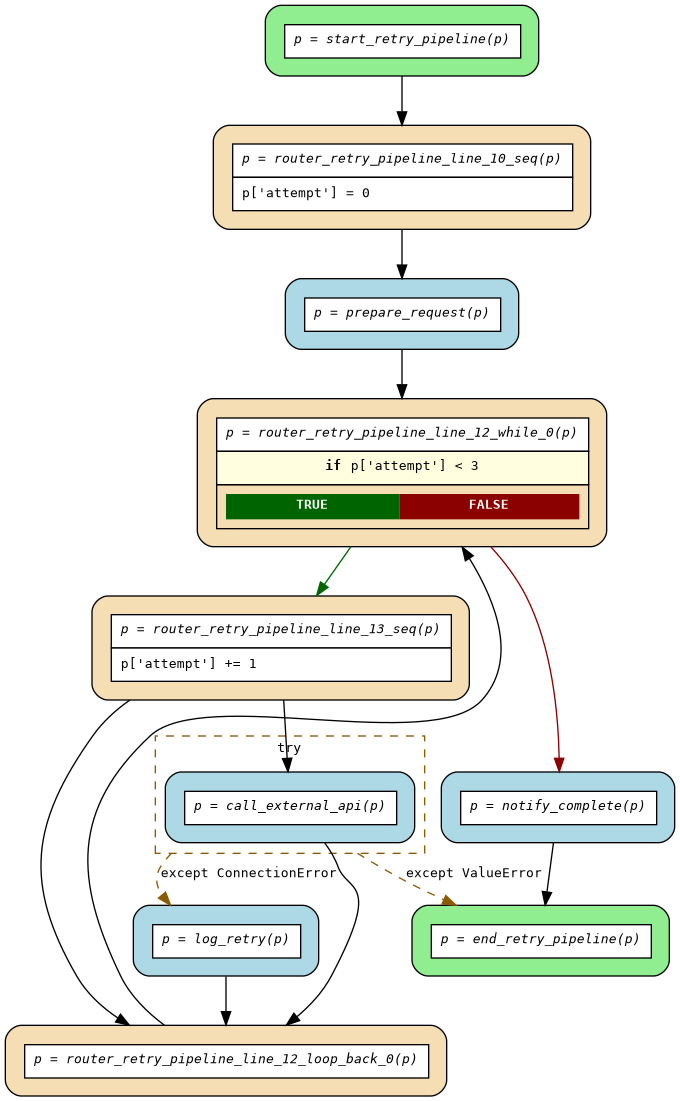
This is examples/flows/compiled/try_except_retry_loop/flow.png from deliveryhero/asya, a Graphviz export, as it was before one commit. Its source is kept beside it as examples/flows/compiled/try_except_retry_loop/flow.dot. Source of this version:
```dot
digraph flow {
  rankdir=TB;
  compound=true;
  graph [fontname="Courier", fontsize=10];
  node [fontname="Courier", fontsize=10, shape=box, style="filled,rounded", margin="0.2"];
  edge [fontname="Courier", fontsize=10];

  start_retry_pipeline [fillcolor="lightgreen", label=<<table border="0" cellspacing="0" cellpadding="6" cellborder="1"><tr><td bgcolor="white" align="center"><i>p = start_retry_pipeline(p)</i></td></tr></table>>];
  router_retry_pipeline_line_13_seq [fillcolor="wheat", label=<<table border="0" cellspacing="0" cellpadding="6" cellborder="1"><tr><td bgcolor="white" align="center"><i>p = router_retry_pipeline_line_13_seq(p)</i></td></tr><tr><td bgcolor="white" align="left">p['attempt'] += 1</td></tr></table>>];
  router_retry_pipeline_line_12_loop_back_0 [fillcolor="wheat", label=<<table border="0" cellspacing="0" cellpadding="6" cellborder="1"><tr><td bgcolor="white" align="center"><i>p = router_retry_pipeline_line_12_loop_back_0(p)</i></td></tr></table>>];
  router_retry_pipeline_line_12_while_0 [fillcolor="wheat", label=<<table border="0" cellspacing="0" cellpadding="6" cellborder="1"><tr><td bgcolor="white" align="center"><i>p = router_retry_pipeline_line_12_while_0(p)</i></td></tr><tr><td bgcolor="lightyellow"><b>if</b> p['attempt'] &lt; 3</td></tr><tr><td><table border="0" cellspacing="0" cellpadding="4"><tr><td bgcolor="darkgreen"><font color="white"><b>TRUE</b></font></td><td bgcolor="darkred"><font color="white"><b>FALSE</b></font></td></tr></table></td></tr></table>>];
  router_retry_pipeline_line_10_seq [fillcolor="wheat", label=<<table border="0" cellspacing="0" cellpadding="6" cellborder="1"><tr><td bgcolor="white" align="center"><i>p = router_retry_pipeline_line_10_seq(p)</i></td></tr><tr><td bgcolor="white" align="left">p['attempt'] = 0</td></tr></table>>];
  end_retry_pipeline [fillcolor="lightgreen", label=<<table border="0" cellspacing="0" cellpadding="6" cellborder="1"><tr><td bgcolor="white" align="center"><i>p = end_retry_pipeline(p)</i></td></tr></table>>];
  log_retry [fillcolor="lightblue", label=<<table border="0" cellspacing="0" cellpadding="6" cellborder="1"><tr><td bgcolor="white" align="center"><i>p = log_retry(p)</i></td></tr></table>>];
  notify_complete [fillcolor="lightblue", label=<<table border="0" cellspacing="0" cellpadding="6" cellborder="1"><tr><td bgcolor="white" align="center"><i>p = notify_complete(p)</i></td></tr></table>>];
  prepare_request [fillcolor="lightblue", label=<<table border="0" cellspacing="0" cellpadding="6" cellborder="1"><tr><td bgcolor="white" align="center"><i>p = prepare_request(p)</i></td></tr></table>>];
  subgraph cluster_try_0 {
    style=dashed;
    color="orange4";
    fontname="Courier";
    fontsize=10;
    label="try";
    call_external_api [fillcolor="lightblue", label=<<table border="0" cellspacing="0" cellpadding="6" cellborder="1"><tr><td bgcolor="white" align="center"><i>p = call_external_api(p)</i></td></tr></table>>];
  }

  call_external_api -> end_retry_pipeline [ltail=cluster_try_0, color=orange4, style=dashed, label="except ValueError"];
  call_external_api -> log_retry [ltail=cluster_try_0, color=orange4, style=dashed, label="except ConnectionError"];
  call_external_api -> router_retry_pipeline_line_12_loop_back_0;
  log_retry -> router_retry_pipeline_line_12_loop_back_0;
  notify_complete -> end_retry_pipeline;
  prepare_request -> router_retry_pipeline_line_12_while_0;
  router_retry_pipeline_line_10_seq -> prepare_request;
  router_retry_pipeline_line_12_loop_back_0 -> router_retry_pipeline_line_12_while_0 [constraint=false];
  router_retry_pipeline_line_12_while_0 -> notify_complete [color=darkred];
  router_retry_pipeline_line_12_while_0 -> router_retry_pipeline_line_13_seq [color=darkgreen];
  router_retry_pipeline_line_13_seq -> call_external_api;
  router_retry_pipeline_line_13_seq -> router_retry_pipeline_line_12_loop_back_0;
  start_retry_pipeline -> router_retry_pipeline_line_10_seq;
}
```
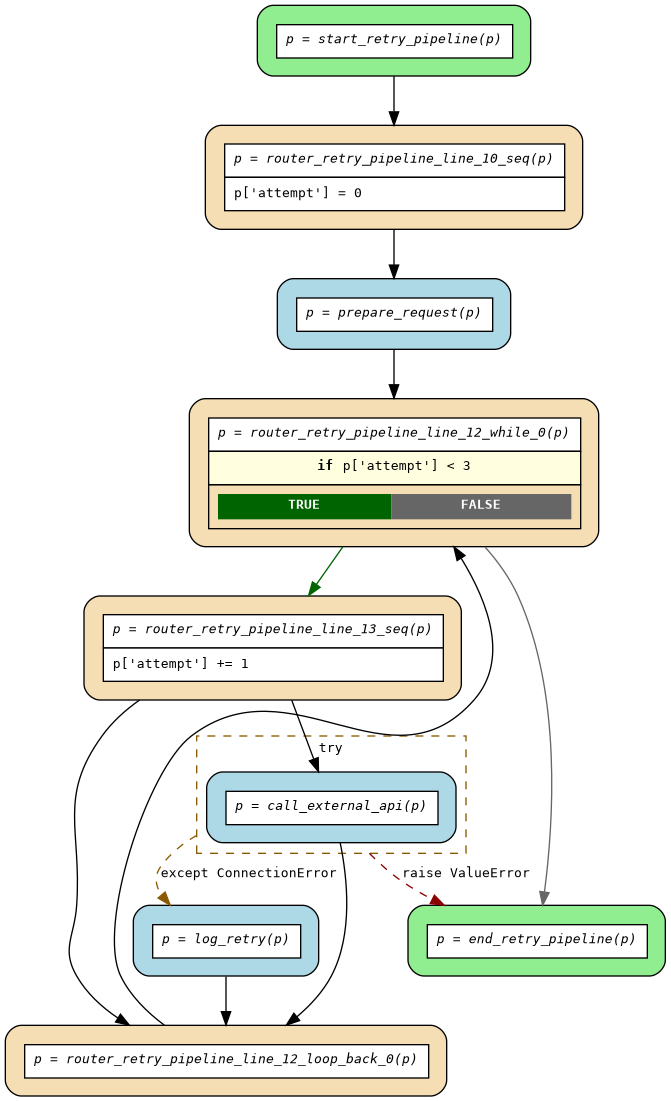
After the change.

Diff of the diagram source:
```diff
@@ -8,11 +8,10 @@
   start_retry_pipeline [fillcolor="lightgreen", label=<<table border="0" cellspacing="0" cellpadding="6" cellborder="1"><tr><td bgcolor="white" align="center"><i>p = start_retry_pipeline(p)</i></td></tr></table>>];
   router_retry_pipeline_line_13_seq [fillcolor="wheat", label=<<table border="0" cellspacing="0" cellpadding="6" cellborder="1"><tr><td bgcolor="white" align="center"><i>p = router_retry_pipeline_line_13_seq(p)</i></td></tr><tr><td bgcolor="white" align="left">p['attempt'] += 1</td></tr></table>>];
   router_retry_pipeline_line_12_loop_back_0 [fillcolor="wheat", label=<<table border="0" cellspacing="0" cellpadding="6" cellborder="1"><tr><td bgcolor="white" align="center"><i>p = router_retry_pipeline_line_12_loop_back_0(p)</i></td></tr></table>>];
-  router_retry_pipeline_line_12_while_0 [fillcolor="wheat", label=<<table border="0" cellspacing="0" cellpadding="6" cellborder="1"><tr><td bgcolor="white" align="center"><i>p = router_retry_pipeline_line_12_while_0(p)</i></td></tr><tr><td bgcolor="lightyellow"><b>if</b> p['attempt'] &lt; 3</td></tr><tr><td><table border="0" cellspacing="0" cellpadding="4"><tr><td bgcolor="darkgreen"><font color="white"><b>TRUE</b></font></td><td bgcolor="darkred"><font color="white"><b>FALSE</b></font></td></tr></table></td></tr></table>>];
+  router_retry_pipeline_line_12_while_0 [fillcolor="wheat", label=<<table border="0" cellspacing="0" cellpadding="6" cellborder="1"><tr><td bgcolor="white" align="center"><i>p = router_retry_pipeline_line_12_while_0(p)</i></td></tr><tr><td bgcolor="lightyellow"><b>if</b> p['attempt'] &lt; 3</td></tr><tr><td><table border="0" cellspacing="0" cellpadding="4"><tr><td bgcolor="darkgreen"><font color="white"><b>TRUE</b></font></td><td bgcolor="gray40"><font color="white"><b>FALSE</b></font></td></tr></table></td></tr></table>>];
   router_retry_pipeline_line_10_seq [fillcolor="wheat", label=<<table border="0" cellspacing="0" cellpadding="6" cellborder="1"><tr><td bgcolor="white" align="center"><i>p = router_retry_pipeline_line_10_seq(p)</i></td></tr><tr><td bgcolor="white" align="left">p['attempt'] = 0</td></tr></table>>];
   end_retry_pipeline [fillcolor="lightgreen", label=<<table border="0" cellspacing="0" cellpadding="6" cellborder="1"><tr><td bgcolor="white" align="center"><i>p = end_retry_pipeline(p)</i></td></tr></table>>];
   log_retry [fillcolor="lightblue", label=<<table border="0" cellspacing="0" cellpadding="6" cellborder="1"><tr><td bgcolor="white" align="center"><i>p = log_retry(p)</i></td></tr></table>>];
-  notify_complete [fillcolor="lightblue", label=<<table border="0" cellspacing="0" cellpadding="6" cellborder="1"><tr><td bgcolor="white" align="center"><i>p = notify_complete(p)</i></td></tr></table>>];
   prepare_request [fillcolor="lightblue", label=<<table border="0" cellspacing="0" cellpadding="6" cellborder="1"><tr><td bgcolor="white" align="center"><i>p = prepare_request(p)</i></td></tr></table>>];
   subgraph cluster_try_0 {
     style=dashed;
@@ -23,15 +22,14 @@
     call_external_api [fillcolor="lightblue", label=<<table border="0" cellspacing="0" cellpadding="6" cellborder="1"><tr><td bgcolor="white" align="center"><i>p = call_external_api(p)</i></td></tr></table>>];
   }
 
-  call_external_api -> end_retry_pipeline [ltail=cluster_try_0, color=orange4, style=dashed, label="except ValueError"];
+  call_external_api -> end_retry_pipeline [ltail=cluster_try_0, color=darkred, style=dashed, label="raise ValueError"];
   call_external_api -> log_retry [ltail=cluster_try_0, color=orange4, style=dashed, label="except ConnectionError"];
   call_external_api -> router_retry_pipeline_line_12_loop_back_0;
   log_retry -> router_retry_pipeline_line_12_loop_back_0;
-  notify_complete -> end_retry_pipeline;
   prepare_request -> router_retry_pipeline_line_12_while_0;
   router_retry_pipeline_line_10_seq -> prepare_request;
   router_retry_pipeline_line_12_loop_back_0 -> router_retry_pipeline_line_12_while_0 [constraint=false];
-  router_retry_pipeline_line_12_while_0 -> notify_complete [color=darkred];
+  router_retry_pipeline_line_12_while_0 -> end_retry_pipeline [color=gray40];
   router_retry_pipeline_line_12_while_0 -> router_retry_pipeline_line_13_seq [color=darkgreen];
   router_retry_pipeline_line_13_seq -> call_external_api;
   router_retry_pipeline_line_13_seq -> router_retry_pipeline_line_12_loop_back_0;
```
